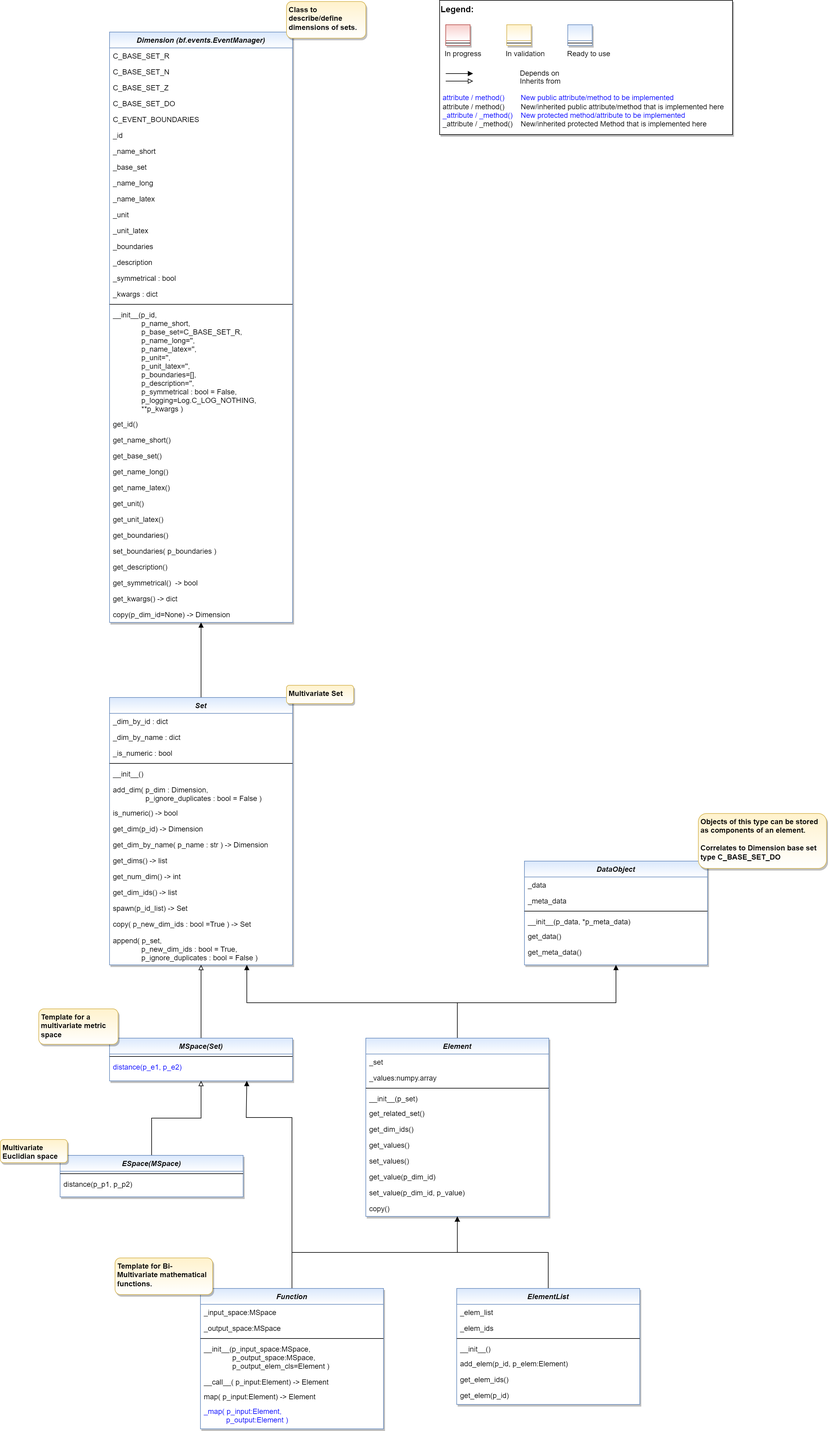
The draw.io diagram doc/rtd/content/04_appendices/appendix2/sub/core/mlpro_bf/layer2_mathematics/images/MLPro-BF-Math_class_diagram.drawio.png in fhswf/MLPro, before a commit. Source tidied: cells renumbered, new cells last; positions are measured from the earlier drawing's top-left corner, leaving out a move shared by most shapes.
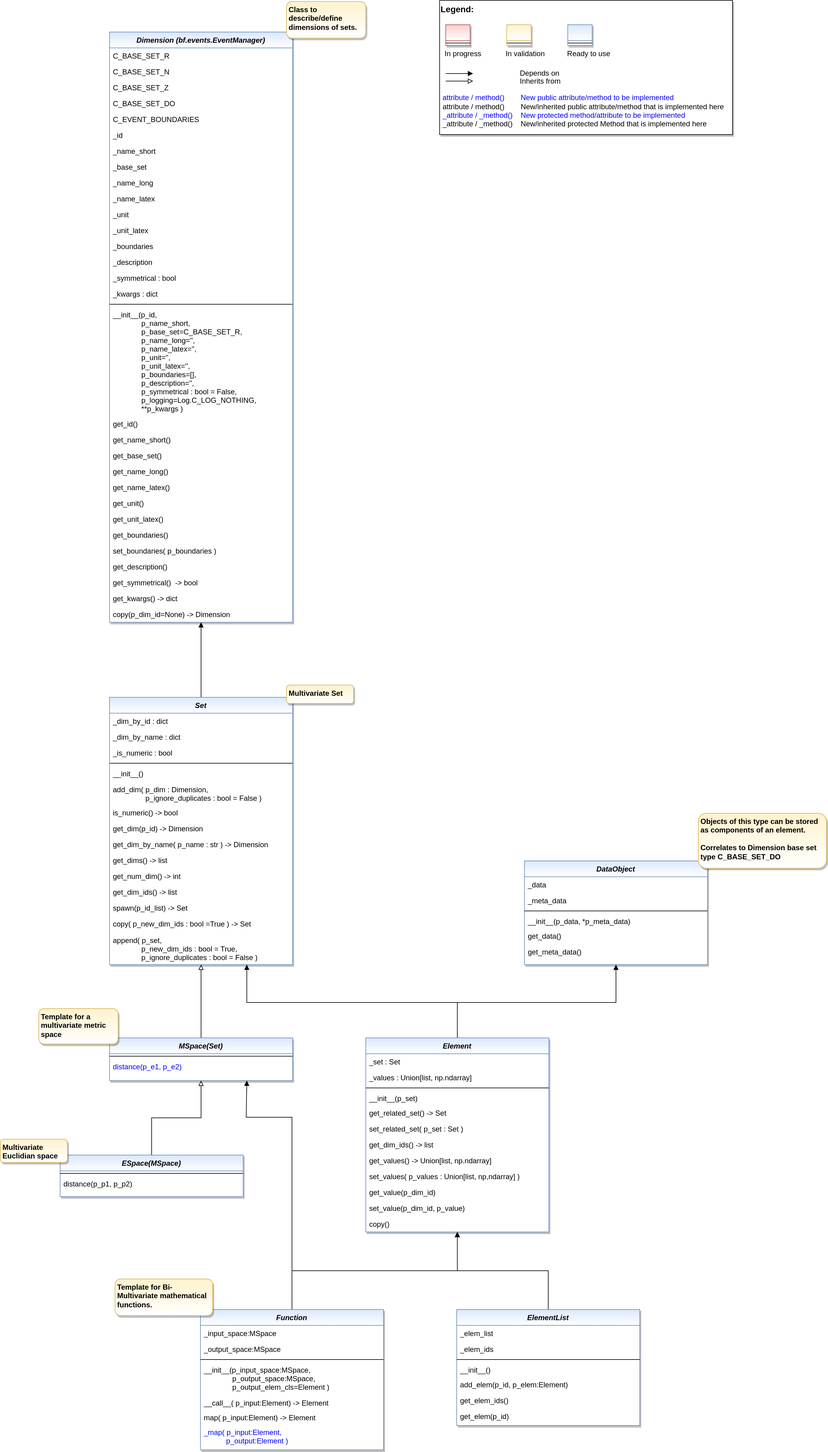
The same diagram one commit later.

Commit message:
BF-MATH: New sub-topic for geometric objects #739

What changed in the source:
```diff
@@ -231,12 +231,12 @@
       </mxGeometry>
     </mxCell>
     <mxCell id="71" value="Element" style="swimlane;fontStyle=3;align=center;verticalAlign=top;horizontal=1;startSize=26;rounded=0;shadow=1;strokeWidth=1;fillColor=#dae8fc;strokeColor=#6c8ebf;gradientColor=#ffffff;swimlaneFillColor=#ffffff;" parent="1" vertex="1">
-      <mxGeometry x="599" y="1700" width="300" height="292" as="geometry" />
+      <mxGeometry x="599" y="1700" width="300" height="318" as="geometry" />
     </mxCell>
-    <mxCell id="72" value="_set" style="text;align=left;verticalAlign=top;spacingLeft=4;spacingRight=4;overflow=hidden;" parent="71" vertex="1">
+    <mxCell id="72" value="_set : Set" style="text;align=left;verticalAlign=top;spacingLeft=4;spacingRight=4;overflow=hidden;" parent="71" vertex="1">
       <mxGeometry y="26" width="300" height="26" as="geometry" />
     </mxCell>
-    <mxCell id="73" value="_values:numpy.array" style="text;align=left;verticalAlign=top;spacingLeft=4;spacingRight=4;overflow=hidden;" parent="71" vertex="1">
+    <mxCell id="73" value="_values : Union[list, np.ndarray]" style="text;align=left;verticalAlign=top;spacingLeft=4;spacingRight=4;overflow=hidden;" parent="71" vertex="1">
       <mxGeometry y="52" width="300" height="26" as="geometry" />
     </mxCell>
     <mxCell id="74" style="line;html=1;strokeWidth=1;align=left;verticalAlign=middle;spacingTop=-1;spacingLeft=3;spacingRight=3;labelPosition=right;" parent="71" vertex="1">
@@ -245,26 +245,29 @@
     <mxCell id="75" value="__init__(p_set)" style="text;align=left;verticalAlign=top;spacingLeft=4;spacingRight=4;overflow=hidden;" parent="71" vertex="1">
       <mxGeometry y="86" width="300" height="24" as="geometry" />
     </mxCell>
-    <mxCell id="76" value="get_related_set()" style="text;align=left;verticalAlign=top;spacingLeft=4;spacingRight=4;overflow=hidden;" parent="71" vertex="1">
+    <mxCell id="76" value="get_related_set() -&gt; Set" style="text;align=left;verticalAlign=top;spacingLeft=4;spacingRight=4;overflow=hidden;" parent="71" vertex="1">
       <mxGeometry y="110" width="300" height="26" as="geometry" />
     </mxCell>
+    <mxCell id="115" value="set_related_set( p_set : Set )" style="text;align=left;verticalAlign=top;spacingLeft=4;spacingRight=4;overflow=hidden;" parent="71" vertex="1">
+      <mxGeometry y="136" width="300" height="26" as="geometry" />
+    </mxCell>
-    <mxCell id="77" value="get_dim_ids()" style="text;align=left;verticalAlign=top;spacingLeft=4;spacingRight=4;overflow=hidden;" parent="71" vertex="1">
-      <mxGeometry y="136" width="300" height="26" as="geometry" />
+    <mxCell id="77" value="get_dim_ids() -&gt; list" style="text;align=left;verticalAlign=top;spacingLeft=4;spacingRight=4;overflow=hidden;" parent="71" vertex="1">
+      <mxGeometry y="162" width="300" height="26" as="geometry" />
     </mxCell>
-    <mxCell id="78" value="get_values()" style="text;align=left;verticalAlign=top;spacingLeft=4;spacingRight=4;overflow=hidden;" parent="71" vertex="1">
-      <mxGeometry y="162" width="300" height="26" as="geometry" />
+    <mxCell id="78" value="get_values() -&gt; Union[list, np.ndarray]" style="text;align=left;verticalAlign=top;spacingLeft=4;spacingRight=4;overflow=hidden;" parent="71" vertex="1">
+      <mxGeometry y="188" width="300" height="26" as="geometry" />
     </mxCell>
-    <mxCell id="79" value="set_values()" style="text;align=left;verticalAlign=top;spacingLeft=4;spacingRight=4;overflow=hidden;" parent="71" vertex="1">
-      <mxGeometry y="188" width="300" height="26" as="geometry" />
+    <mxCell id="79" value="set_values( p_values : Union[list, np,ndarray] )" style="text;align=left;verticalAlign=top;spacingLeft=4;spacingRight=4;overflow=hidden;" parent="71" vertex="1">
+      <mxGeometry y="214" width="300" height="26" as="geometry" />
     </mxCell>
     <mxCell id="80" value="get_value(p_dim_id)" style="text;align=left;verticalAlign=top;spacingLeft=4;spacingRight=4;overflow=hidden;" parent="71" vertex="1">
-      <mxGeometry y="214" width="300" height="26" as="geometry" />
+      <mxGeometry y="240" width="300" height="26" as="geometry" />
     </mxCell>
     <mxCell id="81" value="set_value(p_dim_id, p_value)" style="text;align=left;verticalAlign=top;spacingLeft=4;spacingRight=4;overflow=hidden;" parent="71" vertex="1">
-      <mxGeometry y="240" width="300" height="26" as="geometry" />
+      <mxGeometry y="266" width="300" height="26" as="geometry" />
     </mxCell>
     <mxCell id="82" value="copy()" style="text;align=left;verticalAlign=top;spacingLeft=4;spacingRight=4;overflow=hidden;" parent="71" vertex="1">
-      <mxGeometry y="266" width="300" height="26" as="geometry" />
+      <mxGeometry y="292" width="300" height="26" as="geometry" />
     </mxCell>
     <mxCell id="83" style="edgeStyle=orthogonalEdgeStyle;rounded=0;jettySize=auto;html=1;entryX=0.5;entryY=1;entryDx=0;entryDy=0;endArrow=block;endFill=0;fontColor=#0000FF;" parent="1" edge="1" source="84" target="87">
       <mxGeometry relative="1" as="geometry" />
@@ -291,7 +294,7 @@
       <mxGeometry relative="1" as="geometry" />
     </mxCell>
     <mxCell id="91" value="ElementList" style="swimlane;fontStyle=3;align=center;verticalAlign=top;horizontal=1;startSize=26;rounded=0;shadow=1;strokeWidth=1;fillColor=#dae8fc;strokeColor=#6c8ebf;gradientColor=#ffffff;swimlaneFillColor=#ffffff;" parent="1" vertex="1">
-      <mxGeometry x="748" y="2110" width="300" height="190" as="geometry" />
+      <mxGeometry x="748" y="2145" width="300" height="190" as="geometry" />
     </mxCell>
     <mxCell id="92" value="_elem_list" style="text;align=left;verticalAlign=top;spacingLeft=4;spacingRight=4;overflow=hidden;" parent="91" vertex="1">
       <mxGeometry y="26" width="300" height="26" as="geometry" />
@@ -326,7 +329,7 @@
       </mxGeometry>
     </mxCell>
     <mxCell id="101" value="Function" style="swimlane;fontStyle=3;align=center;verticalAlign=top;horizontal=1;startSize=26;rounded=0;shadow=1;strokeWidth=1;fillColor=#dae8fc;strokeColor=#6c8ebf;gradientColor=#ffffff;swimlaneFillColor=#ffffff;" parent="1" vertex="1">
-      <mxGeometry x="328" y="2110" width="300" height="230" as="geometry" />
+      <mxGeometry x="328" y="2145" width="300" height="230" as="geometry" />
     </mxCell>
     <mxCell id="102" value="_input_space:MSpace" style="text;align=left;verticalAlign=top;spacingLeft=4;spacingRight=4;overflow=hidden;" parent="101" vertex="1">
       <mxGeometry y="26" width="300" height="26" as="geometry" />
@@ -365,7 +368,7 @@
       <mxGeometry y="1866" width="110" height="38" as="geometry" />
     </mxCell>
     <mxCell id="114" value="&lt;span style=&quot;text-align: center;&quot;&gt;Template for&amp;nbsp;&lt;/span&gt;&lt;span style=&quot;text-align: center;&quot;&gt;Bi-Multivariate mathematical&amp;nbsp; functions.&amp;nbsp;&lt;/span&gt;" style="rounded=1;whiteSpace=wrap;html=1;fillColor=#fff2cc;strokeColor=#d6b656;gradientColor=#FFFFFF;shadow=1;fontStyle=1;align=left;verticalAlign=top;spacingLeft=2;" parent="1" vertex="1">
-      <mxGeometry x="188" y="2060" width="160" height="60" as="geometry" />
+      <mxGeometry x="188" y="2095" width="160" height="60" as="geometry" />
     </mxCell>
   </root>
 </mxGraphModel>
```
